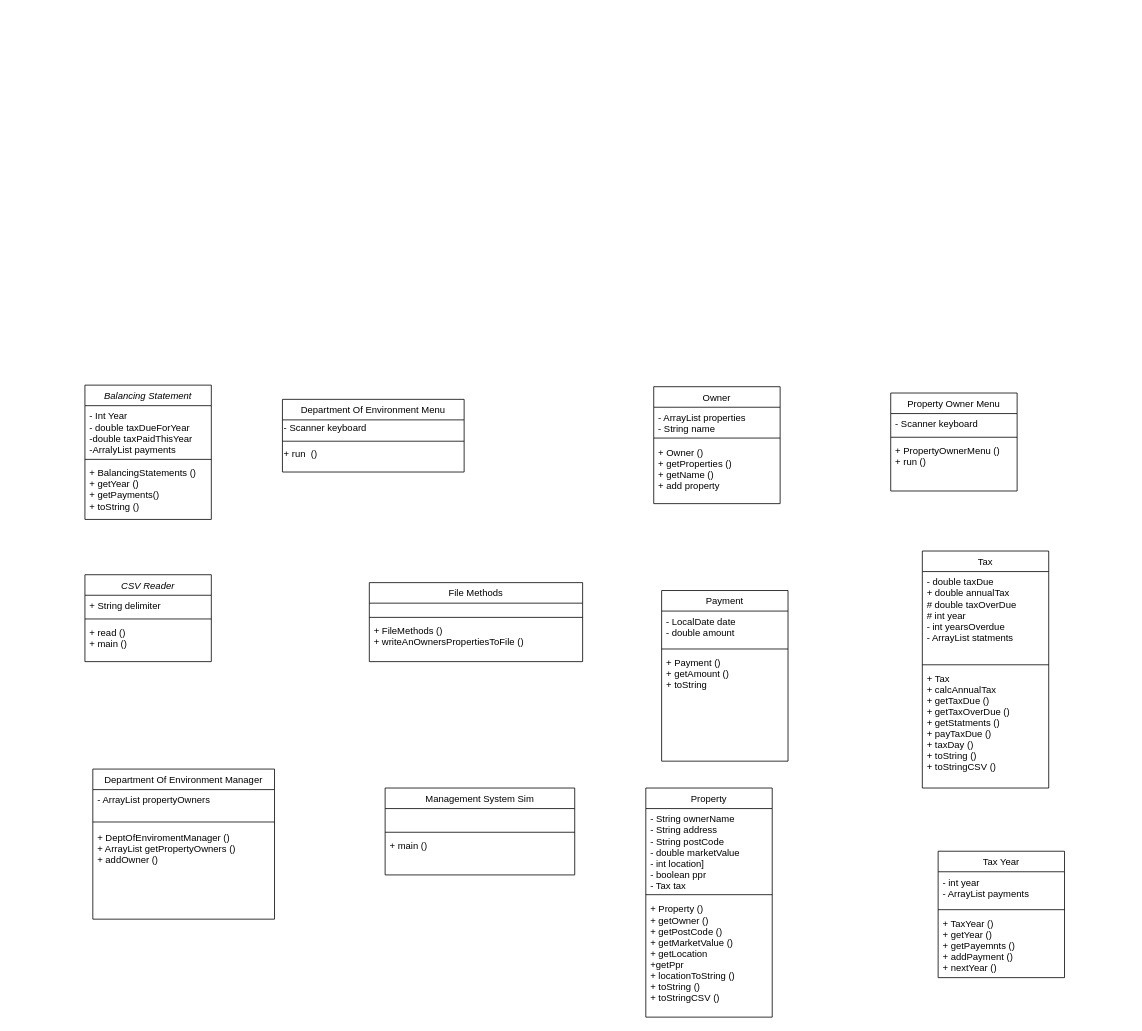
Earlier version of the draw.io diagram Untitled Diagram.drawio (DylanLambert502/TaxIrelandSolutionsLtd-). Source tidied: cells renumbered, new cells numbered last; positions are measured from the earlier drawing's top-left corner, leaving out a move shared by most shapes. Both pictures are drawn from the tidied source at 79%, with x=0, y=0 at pixel (85, 385).
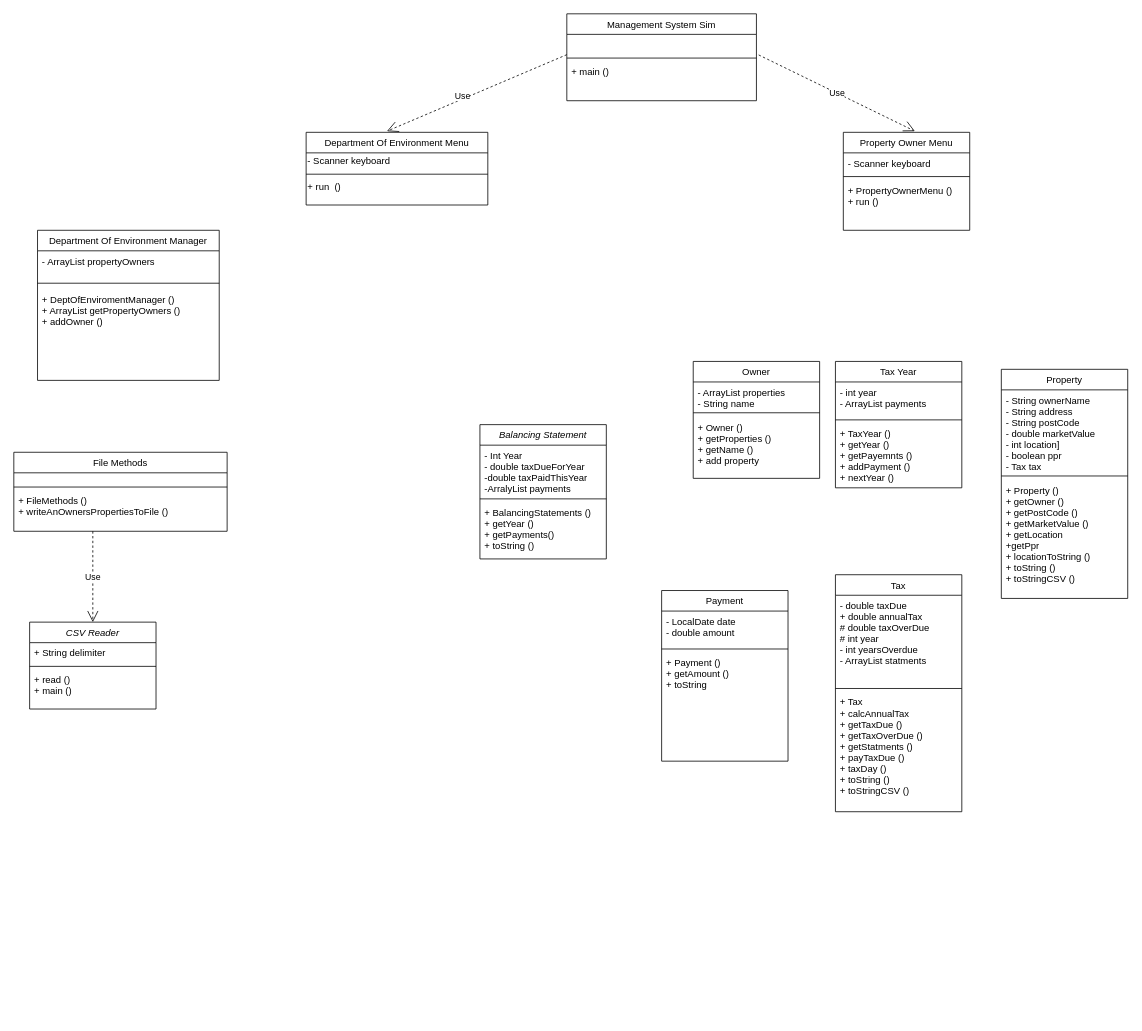
Above is the later version.

The change refers to these unchanged cells:
```xml
<mxCell id="24" value=" " style="text;align=left;verticalAlign=top;spacingLeft=4;spacingRight=4;overflow=hidden;points=[[0,0.5],[1,0.5]];portConstraint=eastwest;rounded=0;shadow=0;html=0;" parent="23" vertex="1">
  <mxGeometry y="26" width="240" height="26" as="geometry" />
</mxCell>
```

Diff of the diagram source:
```diff
@@
     <mxCell id="2" value="Balancing Statement" style="swimlane;fontStyle=2;align=center;verticalAlign=top;horizontal=1;startSize=26;rounded=0;shadow=0;strokeWidth=1;" parent="1" vertex="1">
-      <mxGeometry width="160" height="170" as="geometry" />
+      <mxGeometry x="500" y="50" width="160" height="170" as="geometry" />
     </mxCell>
@@
     <mxCell id="6" value="Department Of Environment Manager" style="swimlane;fontStyle=0;align=center;verticalAlign=top;horizontal=1;startSize=26;rounded=0;shadow=0;strokeWidth=1;" parent="1" vertex="1">
-      <mxGeometry x="10" y="486" width="230" height="190" as="geometry" />
+      <mxGeometry x="-60" y="-196" width="230" height="190" as="geometry" />
     </mxCell>
@@
     <mxCell id="10" value="File Methods" style="swimlane;fontStyle=0;align=center;verticalAlign=top;horizontal=1;startSize=26;rounded=0;shadow=0;strokeWidth=1;" parent="1" vertex="1">
-      <mxGeometry x="360" y="250" width="270" height="100" as="geometry" />
+      <mxGeometry x="-90" y="85" width="270" height="100" as="geometry" />
     </mxCell>
@@
     <mxCell id="14" value="CSV Reader" style="swimlane;fontStyle=2;align=center;verticalAlign=top;horizontal=1;startSize=26;rounded=0;shadow=0;strokeWidth=1;" parent="1" vertex="1">
-      <mxGeometry y="240" width="160" height="110" as="geometry" />
+      <mxGeometry x="-70" y="300" width="160" height="110" as="geometry" />
     </mxCell>
@@
     <mxCell id="18" value="Department Of Environment Menu" style="swimlane;fontStyle=0;align=center;verticalAlign=top;horizontal=1;startSize=26;rounded=0;shadow=0;strokeWidth=1;" parent="1" vertex="1">
-      <mxGeometry x="250" y="18" width="230" height="92" as="geometry" />
+      <mxGeometry x="280" y="-320" width="230" height="92" as="geometry" />
     </mxCell>
@@
     <mxCell id="23" value="Management System Sim" style="swimlane;fontStyle=0;align=center;verticalAlign=top;horizontal=1;startSize=26;rounded=0;shadow=0;strokeWidth=1;" parent="1" vertex="1">
-      <mxGeometry x="380" y="510" width="240" height="110" as="geometry" />
+      <mxGeometry x="610" y="-470" width="240" height="110" as="geometry" />
     </mxCell>
@@
     <mxCell id="27" value="Owner" style="swimlane;fontStyle=0;align=center;verticalAlign=top;horizontal=1;startSize=26;rounded=0;shadow=0;strokeWidth=1;" parent="1" vertex="1">
-      <mxGeometry x="720" y="2" width="160" height="148" as="geometry" />
+      <mxGeometry x="770" y="-30" width="160" height="148" as="geometry" />
     </mxCell>
@@
     <mxCell id="35" value="Property" style="swimlane;fontStyle=0;align=center;verticalAlign=top;horizontal=1;startSize=26;rounded=0;shadow=0;strokeWidth=1;" parent="1" vertex="1">
-      <mxGeometry x="710" y="510" width="160" height="290" as="geometry" />
+      <mxGeometry x="1160" y="-20" width="160" height="290" as="geometry" />
     </mxCell>
@@
     <mxCell id="39" value="Property Owner Menu" style="swimlane;fontStyle=0;align=center;verticalAlign=top;horizontal=1;startSize=26;rounded=0;shadow=0;strokeWidth=1;" parent="1" vertex="1">
-      <mxGeometry x="1020" y="10" width="160" height="124" as="geometry" />
+      <mxGeometry x="960" y="-320" width="160" height="124" as="geometry" />
     </mxCell>
@@
     <mxCell id="43" value="Tax Year" style="swimlane;fontStyle=0;align=center;verticalAlign=top;horizontal=1;startSize=26;rounded=0;shadow=0;strokeWidth=1;" parent="1" vertex="1">
-      <mxGeometry x="1080" y="590" width="160" height="160" as="geometry" />
+      <mxGeometry x="950" y="-30" width="160" height="160" as="geometry" />
     </mxCell>
@@
     <mxCell id="47" value="Tax" style="swimlane;fontStyle=0;align=center;verticalAlign=top;horizontal=1;startSize=26;rounded=0;shadow=0;strokeWidth=1;" parent="1" vertex="1">
-      <mxGeometry x="1060" y="210" width="160" height="300" as="geometry" />
+      <mxGeometry x="950" y="240" width="160" height="300" as="geometry" />
     </mxCell>
@@
+    <mxCell id="51" value="Use" style="endArrow=open;endSize=12;dashed=1;html=1;entryX=0.566;entryY=-0.012;entryDx=0;entryDy=0;entryPerimeter=0;exitX=1.012;exitY=1.002;exitDx=0;exitDy=0;exitPerimeter=0;" parent="1" edge="1" source="24" target="39">
+      <mxGeometry relative="1" as="geometry" />
+    </mxCell>
+    <mxCell id="52" value="Use" style="endArrow=open;endSize=12;dashed=1;html=1;entryX=0.445;entryY=-0.016;entryDx=0;entryDy=0;entryPerimeter=0;exitX=0.581;exitY=-0.031;exitDx=0;exitDy=0;exitPerimeter=0;" parent="1" edge="1" target="18">
+      <mxGeometry x="0.15" y="-4" relative="1" as="geometry">
+        <mxPoint x="610" y="-418.3" as="sourcePoint" />
+      </mxGeometry>
+    </mxCell>
+    <mxCell id="53" value="Use" style="endArrow=open;endSize=12;dashed=1;html=1;entryX=0.5;entryY=0;entryDx=0;entryDy=0;exitX=1.012;exitY=1.002;exitDx=0;exitDy=0;exitPerimeter=0;" parent="1" edge="1" target="14">
+      <mxGeometry relative="1" as="geometry">
+        <mxPoint x="10" y="185" as="sourcePoint" />
+      </mxGeometry>
+    </mxCell>
```
